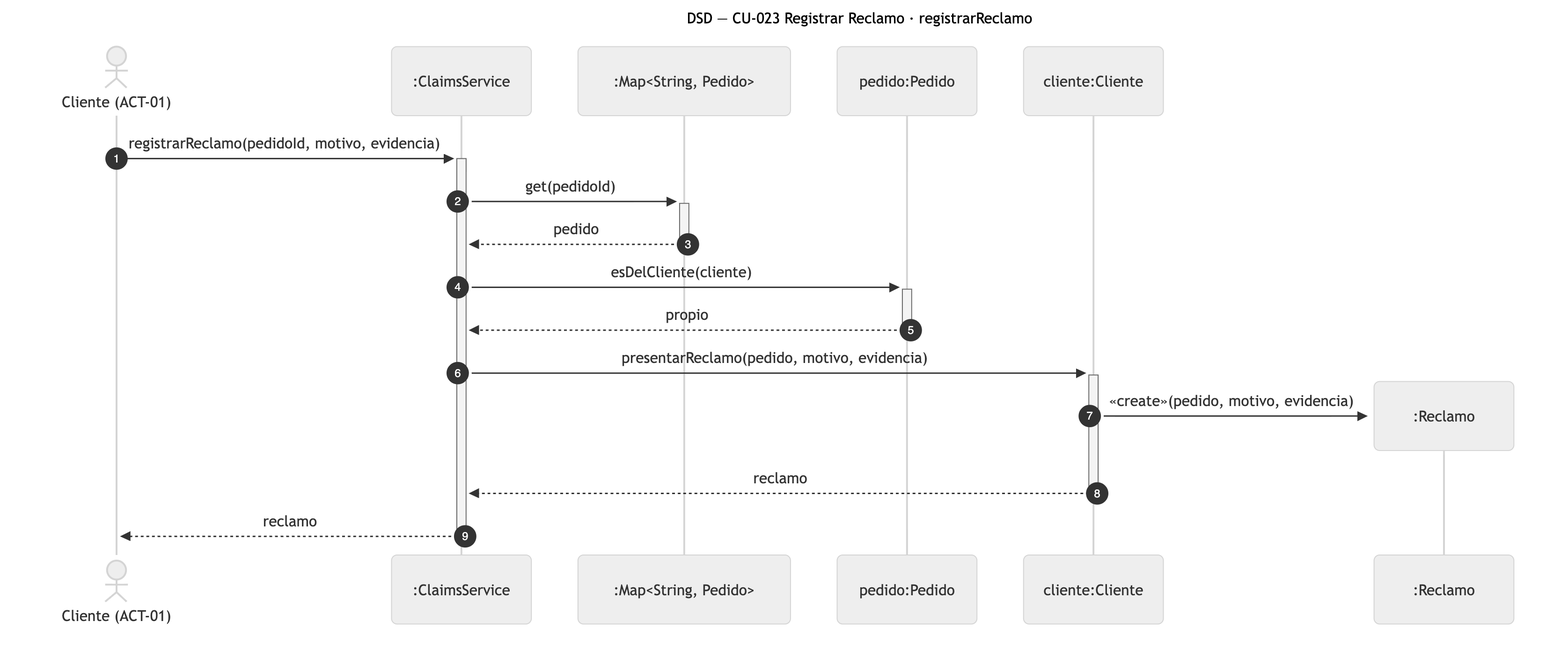
This is diagramas/png/DSD_CU-023_registrarReclamo.png from Nahuelito-Dev/splg-docs, a Mermaid export, as it was before one commit. Its source is kept beside it as diagramas/DSD_CU-023_registrarReclamo.mmd.
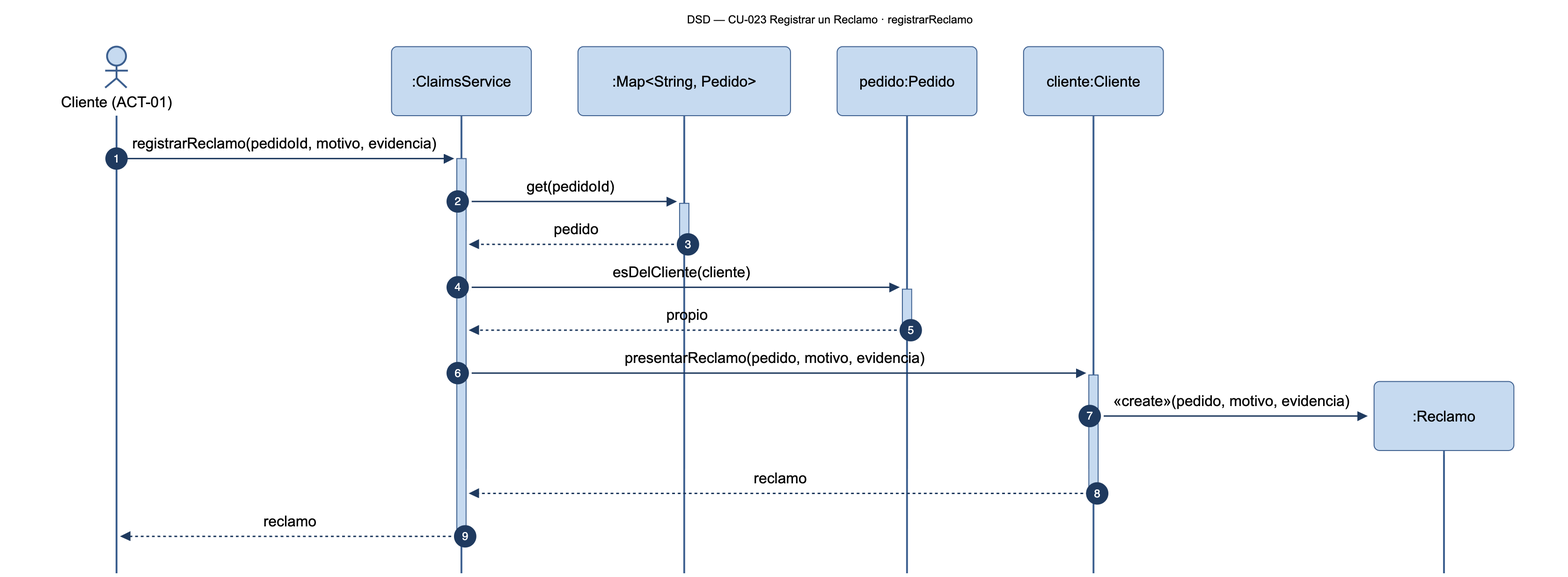
The same diagram one commit later.

Change to the diagram source:
```diff
@@ -1,5 +1,5 @@
 sequenceDiagram
-    title DSD — CU-023 Registrar Reclamo · registrarReclamo
+    title DSD — CU-023 Registrar un Reclamo · registrarReclamo
     autonumber
     actor CLI as Cliente (ACT-01)
     participant SRV as :ClaimsService
```
